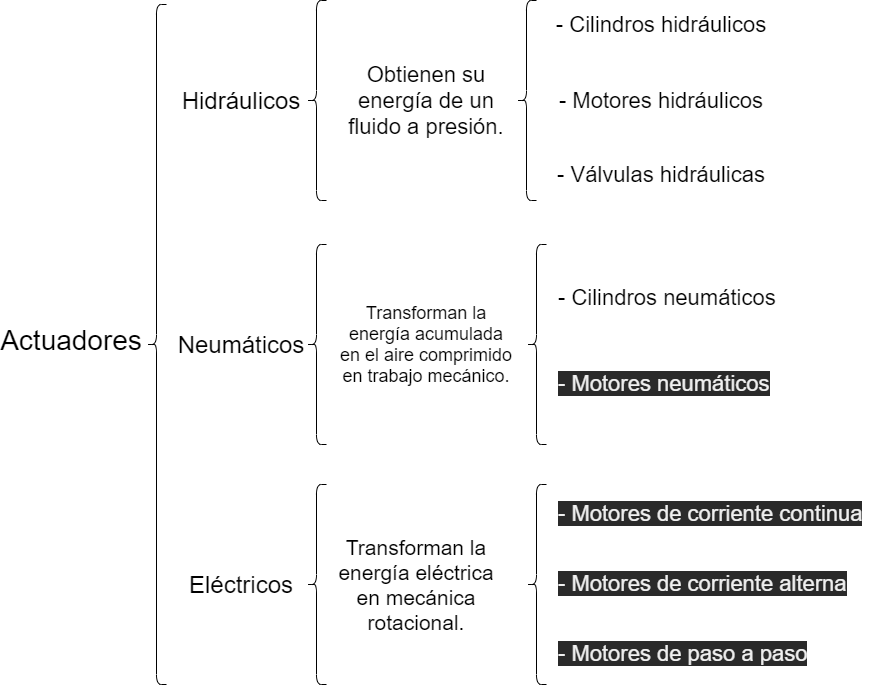
Above: img/C2.1_CuadroS.drawio.png in CruzVeraEldenHumberto/Sistemas-Programables (draw.io), before the change. Source tidied: cells renumbered, new cells last; positions are measured from the earlier drawing's top-left corner, leaving out a move shared by most shapes.
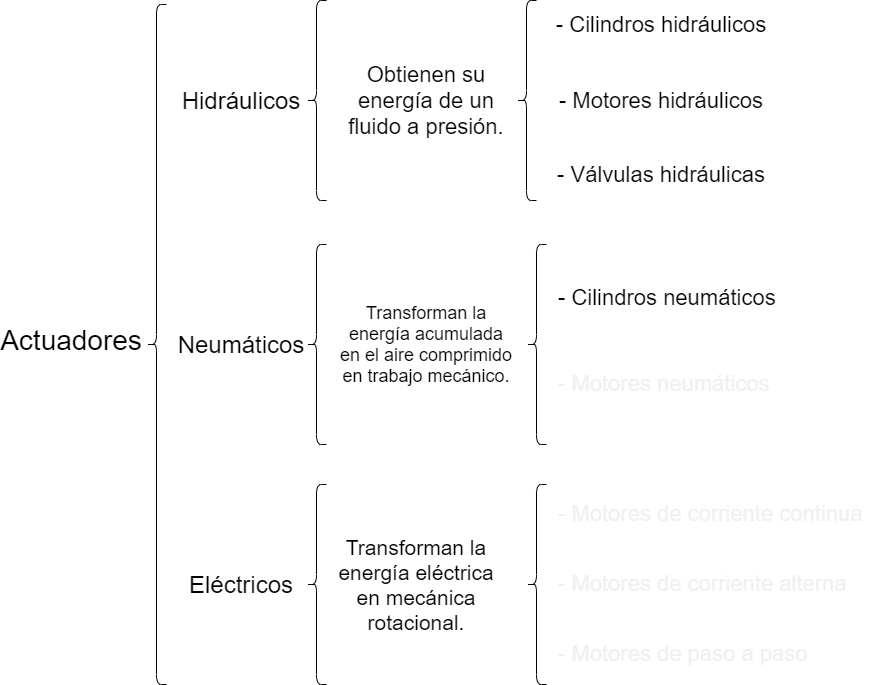
The same file after the commit.

What changed in the source:
```diff
@@ -50,7 +50,7 @@
     <mxCell id="17" value="&lt;div style=&quot;text-align: center&quot;&gt;&lt;span style=&quot;font-size: 22px&quot;&gt;&lt;font face=&quot;helvetica&quot;&gt;- Cilindros neumáticos&lt;/font&gt;&lt;/span&gt;&lt;/div&gt;" style="text;whiteSpace=wrap;html=1;fontSize=18;" parent="1" vertex="1">
       <mxGeometry x="520" y="278" width="230" height="40" as="geometry" />
     </mxCell>
-    <mxCell id="18" value="&lt;span style=&quot;color: rgb(240 , 240 , 240) ; font-family: &amp;#34;helvetica&amp;#34; ; font-size: 22px ; font-style: normal ; font-weight: 400 ; letter-spacing: normal ; text-align: center ; text-indent: 0px ; text-transform: none ; word-spacing: 0px ; background-color: rgb(42 , 42 , 42) ; display: inline ; float: none&quot;&gt;- Motores neumáticos&lt;/span&gt;" style="text;whiteSpace=wrap;html=1;fontSize=18;" parent="1" vertex="1">
+    <mxCell id="18" value="&lt;span style=&quot;color: rgb(240, 240, 240); font-family: helvetica; font-size: 22px; font-style: normal; font-weight: 400; letter-spacing: normal; text-align: center; text-indent: 0px; text-transform: none; word-spacing: 0px; display: inline; float: none;&quot;&gt;- Motores neumáticos&lt;/span&gt;" style="text;whiteSpace=wrap;html=1;fontSize=18;labelBackgroundColor=none;" parent="1" vertex="1">
       <mxGeometry x="520" y="364" width="230" height="40" as="geometry" />
     </mxCell>
     <mxCell id="19" value="&lt;font style=&quot;font-size: 21px&quot;&gt;Transforman la energía eléctrica en mecánica rotacional.&lt;/font&gt;" style="text;html=1;strokeColor=none;fillColor=none;align=center;verticalAlign=middle;whiteSpace=wrap;rounded=0;" parent="1" vertex="1">
@@ -59,13 +59,13 @@
     <mxCell id="20" style="shape=curlyBracket;whiteSpace=wrap;html=1;rounded=1;" parent="1" vertex="1">
       <mxGeometry x="490" y="484" width="20" height="200" as="geometry" />
     </mxCell>
-    <mxCell id="21" value="&lt;span style=&quot;color: rgb(240 , 240 , 240) ; font-family: &amp;#34;helvetica&amp;#34; ; font-size: 22px ; font-style: normal ; font-weight: 400 ; letter-spacing: normal ; text-align: center ; text-indent: 0px ; text-transform: none ; word-spacing: 0px ; background-color: rgb(42 , 42 , 42) ; display: inline ; float: none&quot;&gt;- Motores de corriente continua&lt;/span&gt;" style="text;whiteSpace=wrap;html=1;fontSize=18;" parent="1" vertex="1">
+    <mxCell id="21" value="&lt;span style=&quot;color: rgb(240, 240, 240); font-family: helvetica; font-size: 22px; font-style: normal; font-weight: 400; letter-spacing: normal; text-align: center; text-indent: 0px; text-transform: none; word-spacing: 0px; display: inline; float: none;&quot;&gt;- Motores de corriente continua&lt;/span&gt;" style="text;whiteSpace=wrap;html=1;fontSize=18;labelBackgroundColor=none;" parent="1" vertex="1">
       <mxGeometry x="520" y="494" width="320" height="40" as="geometry" />
     </mxCell>
-    <mxCell id="22" value="&lt;span style=&quot;color: rgb(240 , 240 , 240) ; font-family: &amp;#34;helvetica&amp;#34; ; font-size: 22px ; font-style: normal ; font-weight: 400 ; letter-spacing: normal ; text-align: center ; text-indent: 0px ; text-transform: none ; word-spacing: 0px ; background-color: rgb(42 , 42 , 42) ; display: inline ; float: none&quot;&gt;- Motores de paso a paso&lt;/span&gt;" style="text;whiteSpace=wrap;html=1;fontSize=18;" parent="1" vertex="1">
+    <mxCell id="22" value="&lt;span style=&quot;color: rgb(240, 240, 240); font-family: helvetica; font-size: 22px; font-style: normal; font-weight: 400; letter-spacing: normal; text-align: center; text-indent: 0px; text-transform: none; word-spacing: 0px; display: inline; float: none;&quot;&gt;- Motores de paso a paso&lt;/span&gt;" style="text;whiteSpace=wrap;html=1;fontSize=18;labelBackgroundColor=none;" parent="1" vertex="1">
       <mxGeometry x="520" y="634" width="330" height="40" as="geometry" />
     </mxCell>
-    <mxCell id="23" value="&lt;span style=&quot;color: rgb(240 , 240 , 240) ; font-family: &amp;#34;helvetica&amp;#34; ; font-size: 22px ; font-style: normal ; font-weight: 400 ; letter-spacing: normal ; text-align: center ; text-indent: 0px ; text-transform: none ; word-spacing: 0px ; background-color: rgb(42 , 42 , 42) ; display: inline ; float: none&quot;&gt;- Motores de corriente alterna&lt;/span&gt;" style="text;whiteSpace=wrap;html=1;fontSize=18;" parent="1" vertex="1">
+    <mxCell id="23" value="&lt;span style=&quot;color: rgb(240, 240, 240); font-family: helvetica; font-size: 22px; font-style: normal; font-weight: 400; letter-spacing: normal; text-align: center; text-indent: 0px; text-transform: none; word-spacing: 0px; display: inline; float: none;&quot;&gt;- Motores de corriente alterna&lt;/span&gt;" style="text;whiteSpace=wrap;html=1;fontSize=18;labelBackgroundColor=none;" parent="1" vertex="1">
       <mxGeometry x="520" y="564" width="310" height="40" as="geometry" />
     </mxCell>
   </root>
```
